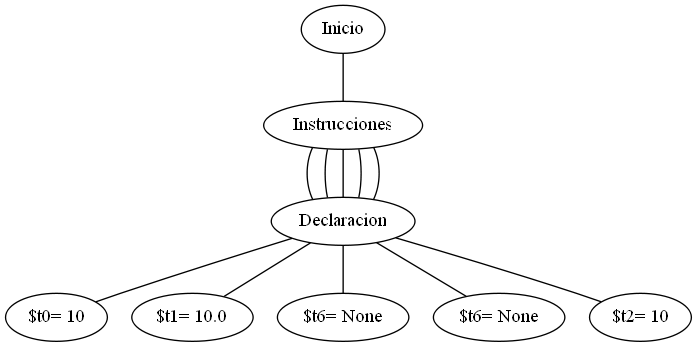
The Graphviz diagram src/graph.png in PabloOsuna1997/Proyecto_Augus, before a commit. Its source is kept beside it as src/graph.dot.
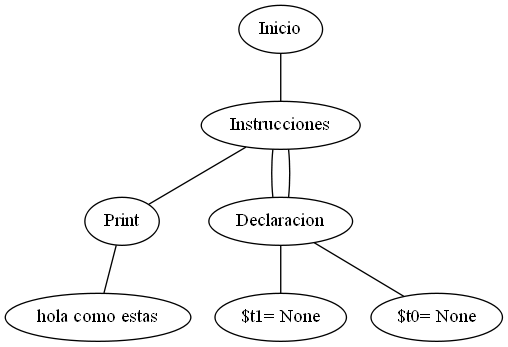
After the commit.

Change to the diagram source:
```diff
@@ -2,24 +2,16 @@
 n000 [label="Inicio"] ;
 n000 -- n001;
 n001 [label="Instrucciones"] ;
-n001 -- n003;
-n003 [label="Declaracion"] ;
-n003 -- n004;
-n004 [label="$t0= 10"] ;
+n001 -- n002;
+n002 [label="Print"] ;
+n002 -- n004;
+n004 [label="hola como estas"] ;
 n001 -- n003;
 n003 [label="Declaracion"] ;
 n003 -- n005;
-n005 [label="$t1= 10.0"] ;
+n005 [label="$t1= None"] ;
 n001 -- n003;
 n003 [label="Declaracion"] ;
 n003 -- n006;
-n006 [label="$t6= None"] ;
-n001 -- n003;
-n003 [label="Declaracion"] ;
-n003 -- n007;
-n007 [label="$t6= None"] ;
-n001 -- n003;
-n003 [label="Declaracion"] ;
-n003 -- n008;
-n008 [label="$t2= 10"] ;
+n006 [label="$t0= None"] ;
 }
```
